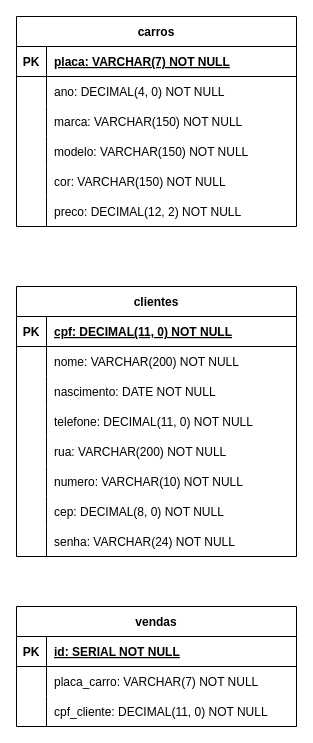
The draw.io diagram Java/JDBC/JDBCCarros/Diagrama sem nome.drawio in LoriaLawrenceZ/SenaiTDS_S2, before the edit. Source tidied: cells renumbered, new cells numbered last; positions are measured from the earlier drawing's top-left corner, leaving out a move shared by most shapes. Both pictures are drawn from the tidied source at 100%, with x=0, y=0 at pixel (16, 16).
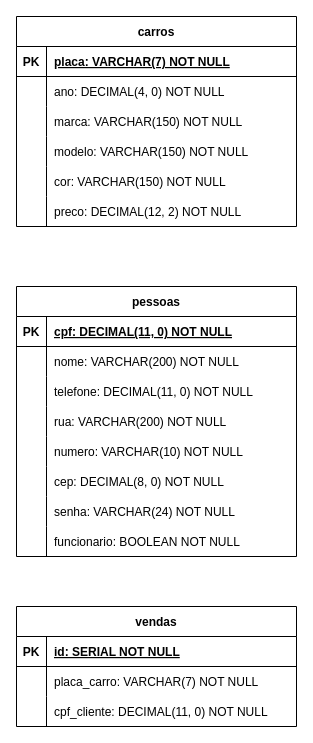
Above is the later version.

Diff of the diagram source:
```diff
@@
-    <mxCell id="31" value="clientes" style="shape=table;startSize=30;childLayout=tableLayout;rowLines=0;fontStyle=1;align=center;" parent="1" vertex="1">
+    <mxCell id="31" value="pessoas" style="shape=table;startSize=30;childLayout=tableLayout;rowLines=0;fontStyle=1;align=center;" parent="1" vertex="1">
       <mxGeometry y="270" width="280" height="270" as="geometry" />
     </mxCell>
@@
-    <mxCell id="38" style="shape=partialRectangle;fillColor=none;top=0;left=0;right=0;bottom=0;" parent="31" vertex="1">
-      <mxGeometry y="90" width="280" height="30" as="geometry" />
-    </mxCell>
-    <mxCell id="39" style="shape=partialRectangle;overflow=hidden;fillColor=none;top=0;left=0;bottom=0;right=0;" parent="38" vertex="1">
-      <mxGeometry width="30" height="30" as="geometry" />
-    </mxCell>
-    <mxCell id="40" value="nascimento: DATE NOT NULL" style="shape=partialRectangle;overflow=hidden;fillColor=none;top=0;left=0;bottom=0;right=0;align=left;spacingLeft=6;" parent="38" vertex="1">
-      <mxGeometry x="30" width="250" height="30" as="geometry" />
-    </mxCell>
     <mxCell id="41" style="shape=partialRectangle;fillColor=none;top=0;left=0;right=0;bottom=0;" parent="31" vertex="1">
-      <mxGeometry y="120" width="280" height="30" as="geometry" />
+      <mxGeometry y="90" width="280" height="30" as="geometry" />
     </mxCell>
@@
     <mxCell id="44" style="shape=partialRectangle;fillColor=none;top=0;left=0;right=0;bottom=0;" parent="31" vertex="1">
-      <mxGeometry y="150" width="280" height="30" as="geometry" />
+      <mxGeometry y="120" width="280" height="30" as="geometry" />
     </mxCell>
@@
     <mxCell id="47" style="shape=partialRectangle;fillColor=none;top=0;left=0;right=0;bottom=0;" parent="31" vertex="1">
-      <mxGeometry y="180" width="280" height="30" as="geometry" />
+      <mxGeometry y="150" width="280" height="30" as="geometry" />
     </mxCell>
@@
     <mxCell id="50" style="shape=partialRectangle;fillColor=none;top=0;left=0;right=0;bottom=0;" parent="31" vertex="1">
-      <mxGeometry y="210" width="280" height="30" as="geometry" />
+      <mxGeometry y="180" width="280" height="30" as="geometry" />
     </mxCell>
@@
     <mxCell id="53" style="shape=partialRectangle;fillColor=none;top=0;left=0;right=0;bottom=0;" parent="31" vertex="1">
-      <mxGeometry y="240" width="280" height="30" as="geometry" />
+      <mxGeometry y="210" width="280" height="30" as="geometry" />
     </mxCell>
@@
+    <mxCell id="56" style="shape=partialRectangle;fillColor=none;top=0;left=0;right=0;bottom=0;" parent="31" vertex="1">
+      <mxGeometry y="240" width="280" height="30" as="geometry" />
+    </mxCell>
+    <mxCell id="39" style="shape=partialRectangle;overflow=hidden;fillColor=none;top=0;left=0;bottom=0;right=0;" parent="56" vertex="1">
+      <mxGeometry width="30" height="30" as="geometry" />
+    </mxCell>
+    <mxCell id="57" value="funcionario: BOOLEAN NOT NULL" style="shape=partialRectangle;overflow=hidden;fillColor=none;top=0;left=0;bottom=0;right=0;align=left;spacingLeft=6;" parent="56" vertex="1">
+      <mxGeometry x="30" width="250" height="30" as="geometry" />
+    </mxCell>
```
